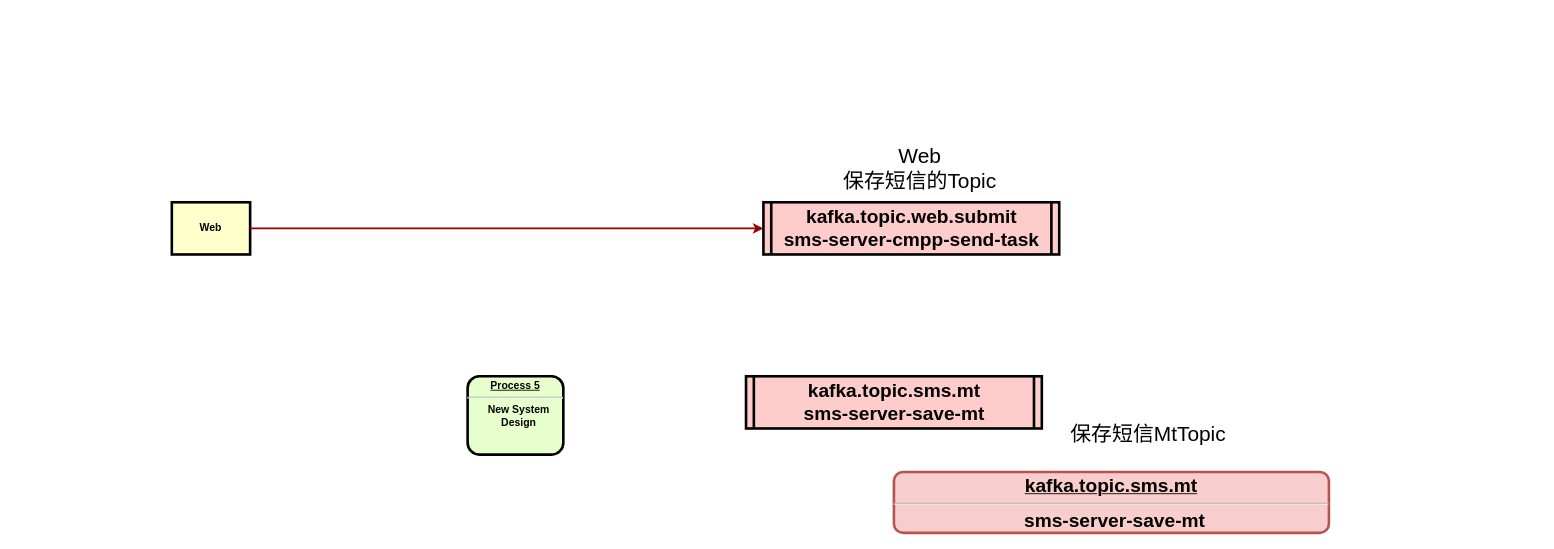
This is 数据流转图.drawio from wangzhiliang/sms, a draw.io file, before an edit. Source tidied: cells renumbered, new cells numbered last; positions are measured from the earlier drawing's top-left corner, leaving out a move shared by most shapes. Both pictures are drawn from the tidied source at 87%, with x=0, y=0 at pixel (171, 141).
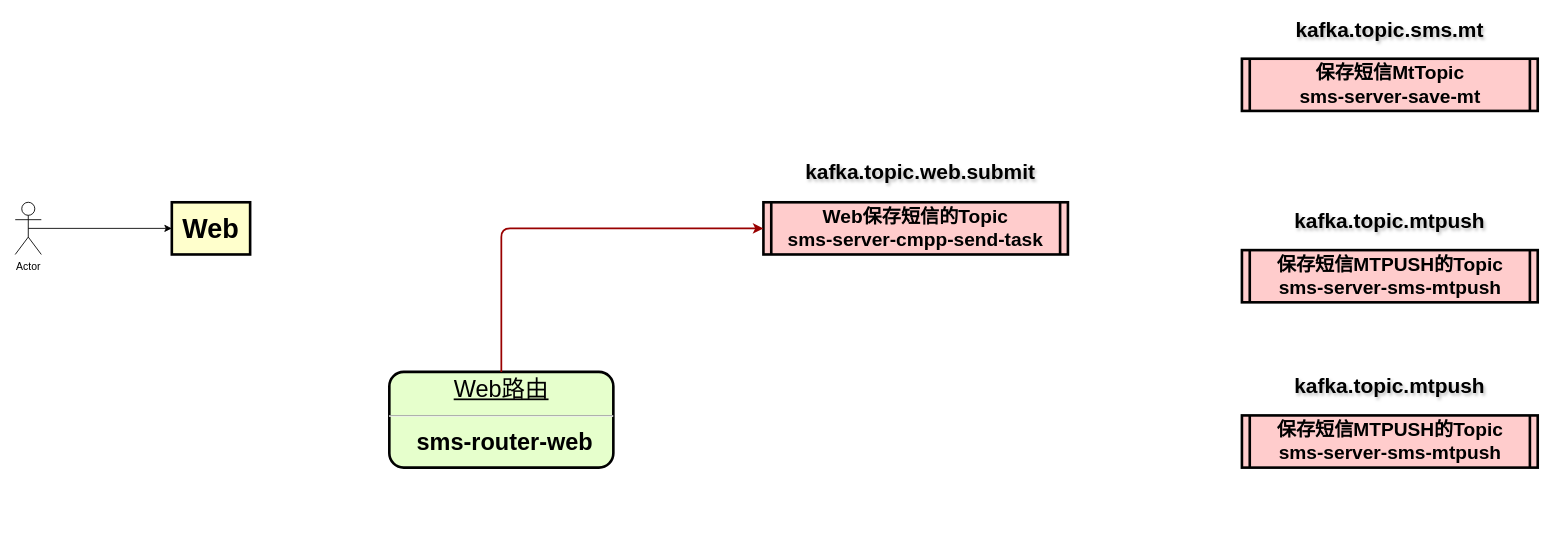
The same diagram, later.

Commit message (it also covers changes not shown here):
更新数据流转图.drawio

Diff of the diagram source:
```diff
@@
 <mxGraphModel>
   <root>
     <mxCell id="0" />
     <mxCell id="1" parent="0" />
-    <mxCell id="2" value="kafka.topic.web.submit&#10;sms-server-cmpp-send-task" style="shape=process;whiteSpace=wrap;align=center;verticalAlign=middle;size=0.025;fontStyle=1;strokeWidth=3;fillColor=#FFCCCC;fontSize=22;" parent="1" vertex="1">
-      <mxGeometry x="680" y="70" width="340" height="60" as="geometry" />
+    <mxCell id="2" value="Web保存短信的Topic&#10;sms-server-cmpp-send-task" style="shape=process;whiteSpace=wrap;align=center;verticalAlign=middle;size=0.025;fontStyle=1;strokeWidth=3;fillColor=#FFCCCC;fontSize=22;" parent="1" vertex="1">
+      <mxGeometry x="680" y="70" width="350" height="60" as="geometry" />
     </mxCell>
-    <mxCell id="3" value="&lt;p style=&quot;margin: 0px; margin-top: 4px; text-align: center; text-decoration: underline;&quot;&gt;&lt;strong&gt;&lt;strong&gt;Process&lt;/strong&gt; 5&lt;br /&gt;&lt;/strong&gt;&lt;/p&gt;&lt;hr /&gt;&lt;p style=&quot;margin: 0px; margin-left: 8px;&quot;&gt;New System&lt;/p&gt;&lt;p style=&quot;margin: 0px; margin-left: 8px;&quot;&gt;Design&lt;/p&gt;" style="verticalAlign=middle;align=center;overflow=fill;fontSize=12;fontFamily=Helvetica;html=1;rounded=1;fontStyle=1;strokeWidth=3;fillColor=#E6FFCC;" parent="1" vertex="1">
-      <mxGeometry x="340" y="270" width="110" height="90" as="geometry" />
+    <mxCell id="3" value="&lt;p style=&quot;margin: 0px; margin-top: 4px; text-align: center; text-decoration: underline;&quot;&gt;&lt;span style=&quot;font-weight: normal;&quot;&gt;&lt;font&gt;Web路由&lt;/font&gt;&lt;/span&gt;&lt;/p&gt;&lt;hr&gt;&lt;p style=&quot;margin: 0px; margin-left: 8px;&quot;&gt;&lt;font&gt;sms-router-web&lt;/font&gt;&lt;/p&gt;" style="verticalAlign=middle;align=center;overflow=fill;fontSize=27;fontFamily=Helvetica;html=1;rounded=1;fontStyle=1;strokeWidth=3;fillColor=#E6FFCC;" parent="1" vertex="1">
+      <mxGeometry x="250" y="265" width="257.5" height="110" as="geometry" />
     </mxCell>
-    <mxCell id="4" value="Web" style="whiteSpace=wrap;align=center;verticalAlign=middle;fontStyle=1;strokeWidth=3;fillColor=#FFFFCC;" parent="1" vertex="1">
+    <mxCell id="4" value="Web" style="whiteSpace=wrap;align=center;verticalAlign=middle;fontStyle=1;strokeWidth=3;fillColor=#FFFFCC;fontSize=31;" parent="1" vertex="1">
       <mxGeometry y="70" width="90" height="60" as="geometry" />
     </mxCell>
-    <mxCell id="5" style="edgeStyle=elbowEdgeStyle;elbow=vertical;strokeColor=#990000;strokeWidth=2;entryX=0;entryY=0.5;entryDx=0;entryDy=0;exitX=1;exitY=0.5;exitDx=0;exitDy=0;" parent="1" edge="1" source="4" target="2">
+    <mxCell id="5" style="edgeStyle=elbowEdgeStyle;elbow=vertical;strokeColor=#990000;strokeWidth=2;entryX=0;entryY=0.5;entryDx=0;entryDy=0;exitX=0.5;exitY=0;exitDx=0;exitDy=0;" parent="1" edge="1" source="3" target="2">
       <mxGeometry relative="1" as="geometry">
         <Array as="points">
           <mxPoint x="480" y="100" />
         </Array>
       </mxGeometry>
     </mxCell>
-    <mxCell id="6" value="Web&#10;保存短信的Topic" style="text;spacingTop=-5;align=center;fontSize=24;" parent="1" vertex="1">
-      <mxGeometry x="817.5" width="85" height="20" as="geometry" />
+    <mxCell id="6" value="kafka.topic.web.submit" style="text;spacingTop=-5;align=center;fontSize=24;fontStyle=1;labelBackgroundColor=none;labelBorderColor=none;html=1;textShadow=1;" parent="1" vertex="1">
+      <mxGeometry x="817.5" y="20" width="85" height="20" as="geometry" />
     </mxCell>
-    <mxCell id="7" value="kafka.topic.sms.mt&#10;sms-server-save-mt" style="shape=process;whiteSpace=wrap;align=center;verticalAlign=middle;size=0.025;fontStyle=1;strokeWidth=3;fillColor=#FFCCCC;fontSize=22;" parent="1" vertex="1">
-      <mxGeometry x="660" y="270" width="340" height="60" as="geometry" />
+    <mxCell id="7" value="保存短信MtTopic&#10;sms-server-save-mt" style="shape=process;whiteSpace=wrap;align=center;verticalAlign=middle;size=0.025;fontStyle=1;strokeWidth=3;fillColor=#FFCCCC;fontSize=22;" parent="1" vertex="1">
+      <mxGeometry x="1230" y="-95" width="340" height="60" as="geometry" />
     </mxCell>
-    <mxCell id="8" value="保存短信MtTopic" style="text;spacingTop=-5;align=center;fontSize=24;" parent="1" vertex="1">
-      <mxGeometry x="1080" y="320" width="85" height="20" as="geometry" />
+    <mxCell id="8" value="kafka.topic.sms.mt" style="text;spacingTop=-5;align=center;fontSize=24;labelBackgroundColor=none;textShadow=1;fontStyle=1;" parent="1" vertex="1">
+      <mxGeometry x="1357.5" y="-145" width="85" height="20" as="geometry" />
     </mxCell>
-    <mxCell id="9" value="&lt;p style=&quot;margin: 0px; margin-top: 4px; text-align: center; text-decoration: underline;&quot;&gt;&lt;span style=&quot;font-size: 22px; text-wrap-mode: wrap;&quot;&gt;kafka.topic.sms.mt&lt;/span&gt;&lt;strong&gt;&lt;/strong&gt;&lt;/p&gt;&lt;hr&gt;&lt;p style=&quot;margin: 0px; margin-left: 8px;&quot;&gt;&lt;span style=&quot;font-size: 22px; text-wrap-mode: wrap;&quot;&gt;sms-server-save-mt&lt;/span&gt;&lt;/p&gt;" style="verticalAlign=middle;align=center;overflow=fill;fontSize=12;fontFamily=Helvetica;html=1;rounded=1;fontStyle=1;strokeWidth=3;fillColor=#f8cecc;strokeColor=#b85450;" parent="1" vertex="1">
-      <mxGeometry x="830" y="380" width="500" height="70" as="geometry" />
-    </mxCell>
+    <mxCell id="10" value="保存短信MTPUSH的Topic&#10;sms-server-sms-mtpush" style="shape=process;whiteSpace=wrap;align=center;verticalAlign=middle;size=0.025;fontStyle=1;strokeWidth=3;fillColor=#FFCCCC;fontSize=22;" parent="1" vertex="1">
+      <mxGeometry x="1230" y="125" width="340" height="60" as="geometry" />
+    </mxCell>
+    <mxCell id="11" value="kafka.topic.mtpush" style="text;spacingTop=-5;align=center;fontSize=24;labelBackgroundColor=none;textShadow=1;fontStyle=1;" parent="1" vertex="1">
+      <mxGeometry x="1357.5" y="75" width="85" height="20" as="geometry" />
+    </mxCell>
+    <mxCell id="12" value="保存短信MTPUSH的Topic&#10;sms-server-sms-mtpush" style="shape=process;whiteSpace=wrap;align=center;verticalAlign=middle;size=0.025;fontStyle=1;strokeWidth=3;fillColor=#FFCCCC;fontSize=22;" parent="1" vertex="1">
+      <mxGeometry x="1230" y="315" width="340" height="60" as="geometry" />
+    </mxCell>
+    <mxCell id="13" value="kafka.topic.mtpush" style="text;spacingTop=-5;align=center;fontSize=24;labelBackgroundColor=none;textShadow=1;fontStyle=1;" parent="1" vertex="1">
+      <mxGeometry x="1357.5" y="265" width="85" height="20" as="geometry" />
+    </mxCell>
+    <mxCell id="14" value="Actor" style="shape=umlActor;verticalLabelPosition=bottom;verticalAlign=top;html=1;outlineConnect=0;" parent="1" vertex="1">
+      <mxGeometry x="-180" y="70" width="30" height="60" as="geometry" />
+    </mxCell>
+    <mxCell id="15" style="endArrow=classic;html=1;rounded=0;entryX=0;entryY=0.5;entryDx=0;entryDy=0;exitX=0.5;exitY=0.5;exitDx=0;exitDy=0;exitPerimeter=0;" parent="1" edge="1" source="14" target="4">
+      <mxGeometry relative="1" as="geometry" />
+    </mxCell>
   </root>
 </mxGraphModel>
```
